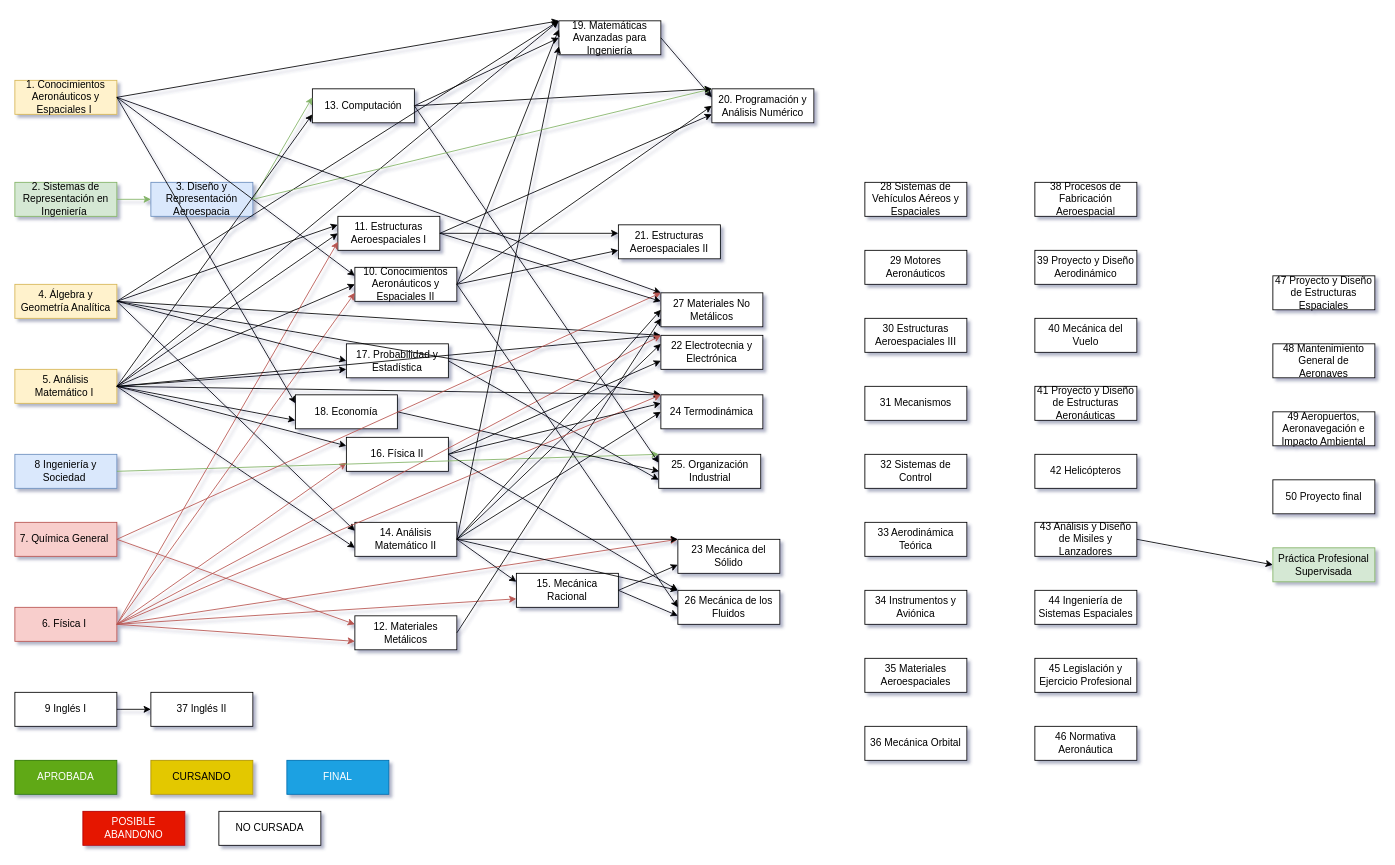
Above: Untitled Diagram.drawio in Estebanp2005/correlativasAeroUTN (draw.io), before the change. Source tidied: cells renumbered, new cells numbered last; positions are measured from the earlier drawing's top-left corner, leaving out a move shared by most shapes. Both pictures are drawn from the tidied source at 85%, with x=0, y=0 at pixel (14, 20).
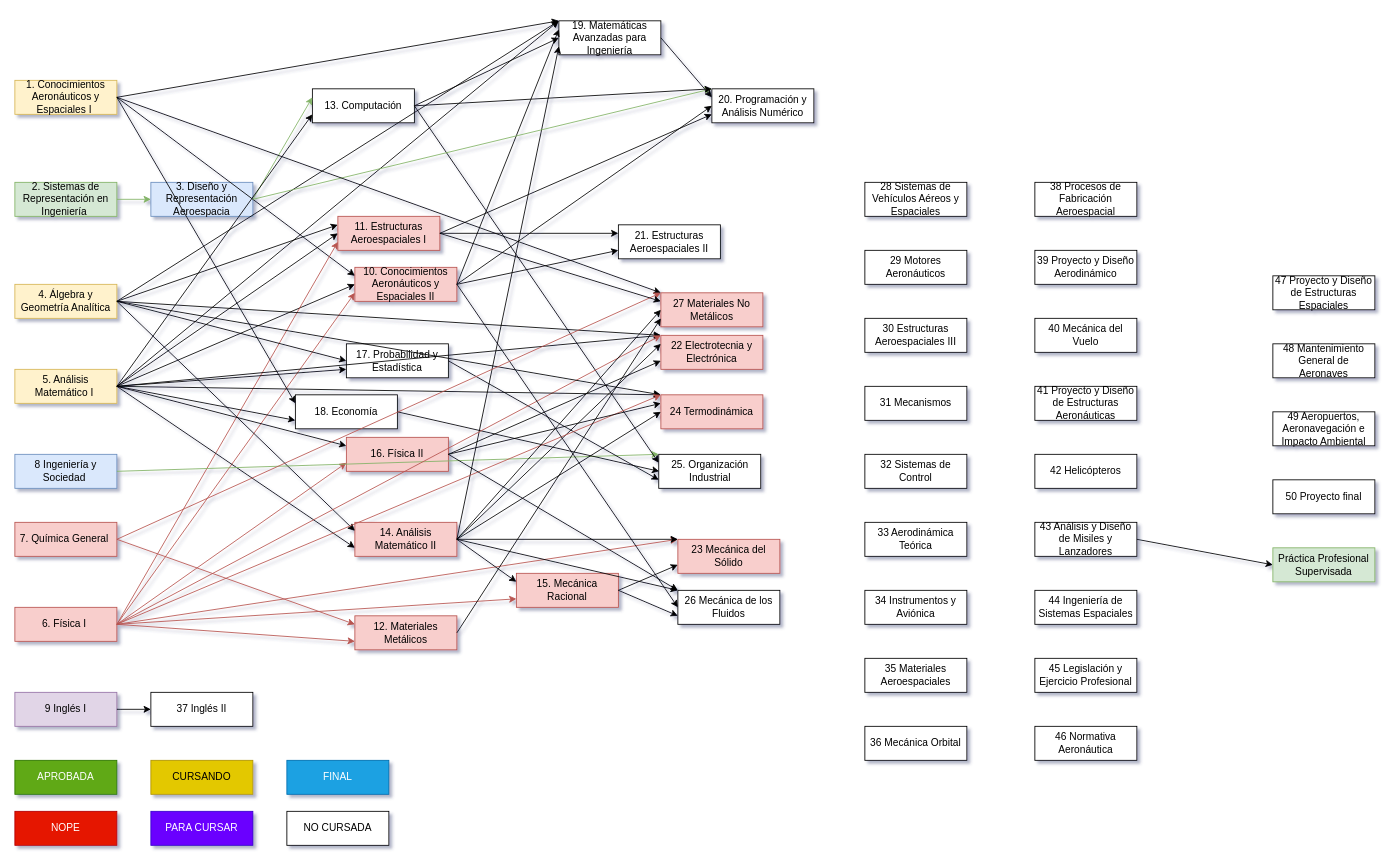
Above is the later version.

Diff of the diagram source:
```diff
@@
-    <mxCell id="10" value="9 Inglés I" style="rounded=0;whiteSpace=wrap;html=1;" parent="1" vertex="1">
+    <mxCell id="10" value="9 Inglés I" style="rounded=0;whiteSpace=wrap;html=1;fillColor=#e1d5e7;strokeColor=#9673a6;" parent="1" vertex="1">
       <mxGeometry y="790" width="120" height="40" as="geometry" />
     </mxCell>
@@
-    <mxCell id="13" value="10. Conocimientos Aeronáuticos y&lt;br&gt;Espaciales II" style="rounded=0;whiteSpace=wrap;html=1;" parent="1" vertex="1">
+    <mxCell id="13" value="10. Conocimientos Aeronáuticos y&lt;br&gt;Espaciales II" style="rounded=0;whiteSpace=wrap;html=1;fillColor=#f8cecc;strokeColor=#b85450;" parent="1" vertex="1">
       <mxGeometry x="400" y="290" width="120" height="40" as="geometry" />
     </mxCell>
-    <mxCell id="14" value="11. Estructuras Aeroespaciales I" style="rounded=0;whiteSpace=wrap;html=1;" parent="1" vertex="1">
+    <mxCell id="14" value="11. Estructuras Aeroespaciales I" style="rounded=0;whiteSpace=wrap;html=1;fillColor=#f8cecc;strokeColor=#b85450;" parent="1" vertex="1">
       <mxGeometry x="380" y="230" width="120" height="40" as="geometry" />
     </mxCell>
@@
-    <mxCell id="20" value="12. Materiales Metálicos " style="rounded=0;whiteSpace=wrap;html=1;" parent="1" vertex="1">
+    <mxCell id="20" value="12. Materiales Metálicos " style="rounded=0;whiteSpace=wrap;html=1;fillColor=#f8cecc;strokeColor=#b85450;" parent="1" vertex="1">
       <mxGeometry x="400" y="700" width="120" height="40" as="geometry" />
     </mxCell>
@@
-    <mxCell id="22" value="14. Análisis Matemático II " style="rounded=0;whiteSpace=wrap;html=1;" parent="1" vertex="1">
+    <mxCell id="22" value="14. Análisis Matemático II " style="rounded=0;whiteSpace=wrap;html=1;fillColor=#f8cecc;strokeColor=#b85450;" parent="1" vertex="1">
       <mxGeometry x="400" y="590" width="120" height="40" as="geometry" />
     </mxCell>
-    <mxCell id="23" value="16. Física II " style="rounded=0;whiteSpace=wrap;html=1;" parent="1" vertex="1">
+    <mxCell id="23" value="16. Física II " style="rounded=0;whiteSpace=wrap;html=1;fillColor=#f8cecc;strokeColor=#b85450;" parent="1" vertex="1">
       <mxGeometry x="390" y="490" width="120" height="40" as="geometry" />
     </mxCell>
@@
     <mxCell id="45" value="NO CURSADA" style="rounded=0;whiteSpace=wrap;html=1;" parent="1" vertex="1">
-      <mxGeometry x="240" y="930" width="120" height="40" as="geometry" />
+      <mxGeometry x="320" y="930" width="120" height="40" as="geometry" />
     </mxCell>
-    <mxCell id="46" value="POSIBLE ABANDONO" style="rounded=0;whiteSpace=wrap;html=1;fillColor=#e51400;fontColor=#ffffff;strokeColor=#B20000;" parent="1" vertex="1">
-      <mxGeometry x="80" y="930" width="120" height="40" as="geometry" />
+    <mxCell id="46" value="NOPE" style="rounded=0;whiteSpace=wrap;html=1;fillColor=#e51400;fontColor=#ffffff;strokeColor=#B20000;" parent="1" vertex="1">
+      <mxGeometry y="930" width="120" height="40" as="geometry" />
     </mxCell>
@@
-    <mxCell id="50" value="22 Electrotecnia y Electrónica" style="rounded=0;whiteSpace=wrap;html=1;" parent="1" vertex="1">
+    <mxCell id="50" value="22 Electrotecnia y Electrónica" style="rounded=0;whiteSpace=wrap;html=1;fillColor=#f8cecc;strokeColor=#b85450;" parent="1" vertex="1">
       <mxGeometry x="760" y="370" width="120" height="40" as="geometry" />
     </mxCell>
-    <mxCell id="51" value="23 Mecánica del Sólido" style="rounded=0;whiteSpace=wrap;html=1;" parent="1" vertex="1">
+    <mxCell id="51" value="23 Mecánica del Sólido" style="rounded=0;whiteSpace=wrap;html=1;fillColor=#f8cecc;strokeColor=#b85450;" parent="1" vertex="1">
       <mxGeometry x="780" y="610" width="120" height="40" as="geometry" />
     </mxCell>
@@
-    <mxCell id="53" value="15. Mecánica Racional " style="rounded=0;whiteSpace=wrap;html=1;" parent="1" vertex="1">
+    <mxCell id="53" value="15. Mecánica Racional " style="rounded=0;whiteSpace=wrap;html=1;fillColor=#f8cecc;strokeColor=#b85450;" parent="1" vertex="1">
       <mxGeometry x="590" y="650" width="120" height="40" as="geometry" />
     </mxCell>
-    <mxCell id="54" value="27 Materiales No Metálicos " style="rounded=0;whiteSpace=wrap;html=1;" parent="1" vertex="1">
+    <mxCell id="54" value="27 Materiales No Metálicos " style="rounded=0;whiteSpace=wrap;html=1;fillColor=#f8cecc;strokeColor=#b85450;" parent="1" vertex="1">
       <mxGeometry x="760" y="320" width="120" height="40" as="geometry" />
     </mxCell>
-    <mxCell id="55" value="24 Termodinámica" style="rounded=0;whiteSpace=wrap;html=1;" parent="1" vertex="1">
+    <mxCell id="55" value="24 Termodinámica" style="rounded=0;whiteSpace=wrap;html=1;fillColor=#f8cecc;strokeColor=#b85450;" parent="1" vertex="1">
       <mxGeometry x="760" y="440" width="120" height="40" as="geometry" />
     </mxCell>
@@
+    <mxCell id="120" value="PARA CURSAR" style="rounded=0;whiteSpace=wrap;html=1;fillColor=#6a00ff;strokeColor=#3700CC;fontColor=#ffffff;" parent="1" vertex="1">
+      <mxGeometry x="160" y="930" width="120" height="40" as="geometry" />
+    </mxCell>
```
